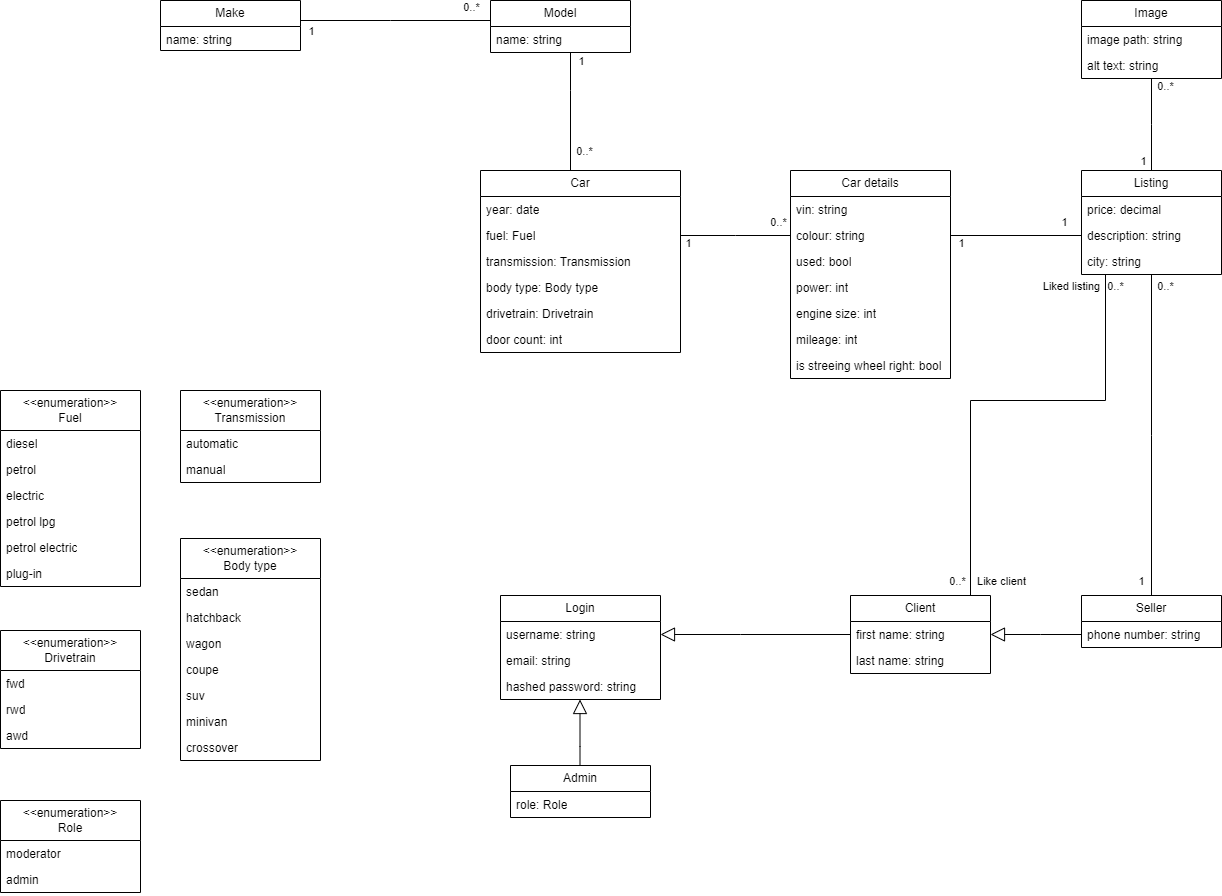
The draw.io diagram docs/diagrams/entity-relationship-diagram.drawio.png in taurasbear/automotive-marketplace, before a commit. Source tidied: cells renumbered, new cells last; positions are measured from the earlier drawing's top-left corner, leaving out a move shared by most shapes.
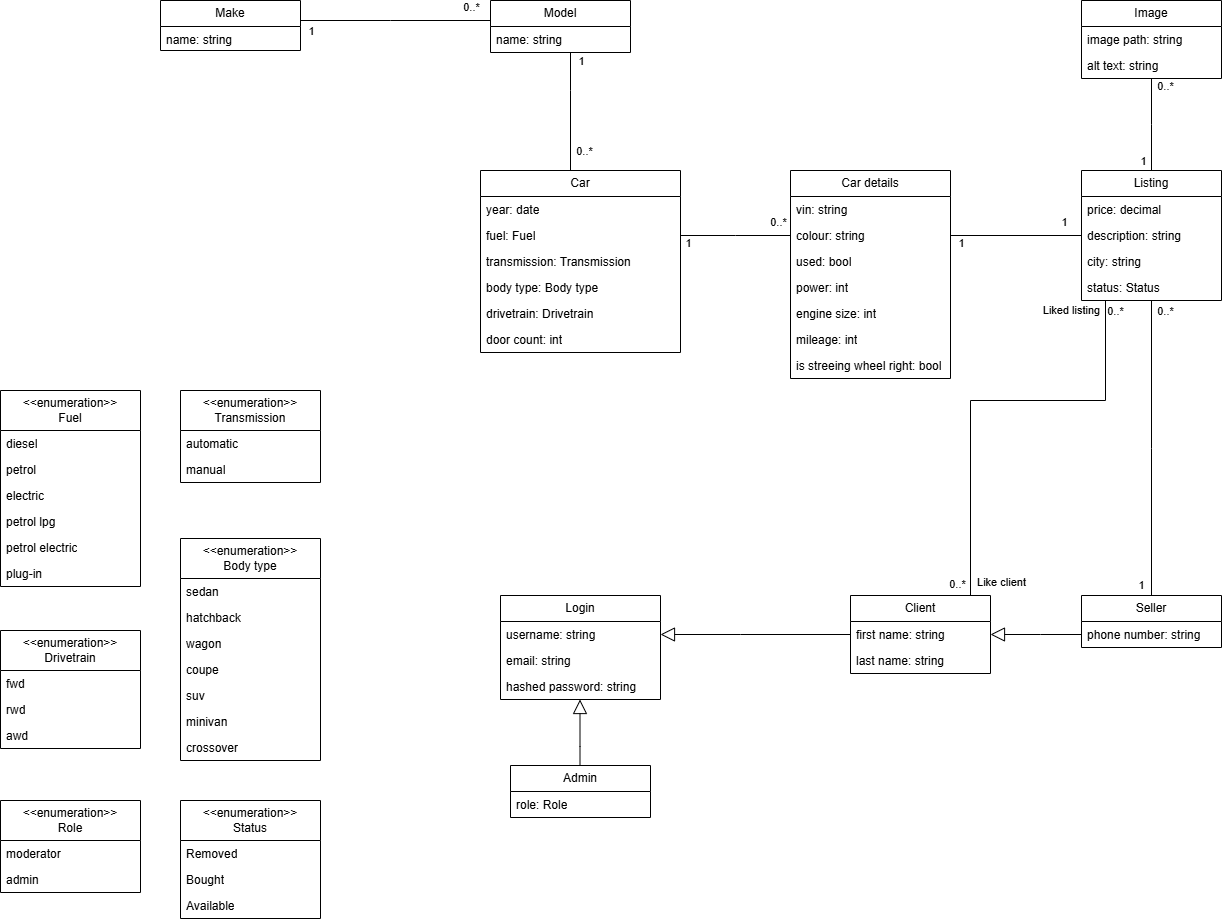
After the commit.

Commit message:
Updated ER diagram to include status enum

Change to the diagram source:
```diff
@@ -117,7 +117,7 @@
       <mxGeometry y="182" width="160" height="26" as="geometry" />
     </mxCell>
     <mxCell id="34" value="Listing" style="swimlane;fontStyle=0;horizontal=1;startSize=26;fillColor=none;whiteSpace=wrap;html=1;" parent="1" vertex="1">
-      <mxGeometry x="1081" y="170" width="140" height="104" as="geometry" />
+      <mxGeometry x="1081" y="170" width="140" height="130" as="geometry" />
     </mxCell>
     <mxCell id="35" value="price: decimal" style="text;strokeColor=none;fillColor=none;align=left;verticalAlign=top;spacingLeft=4;spacingRight=4;overflow=hidden;whiteSpace=wrap;html=1;" parent="34" vertex="1">
       <mxGeometry y="26" width="140" height="26" as="geometry" />
@@ -128,6 +128,9 @@
     <mxCell id="37" value="city: string" style="text;strokeColor=none;fillColor=none;align=left;verticalAlign=top;spacingLeft=4;spacingRight=4;overflow=hidden;whiteSpace=wrap;html=1;" parent="34" vertex="1">
       <mxGeometry y="78" width="140" height="26" as="geometry" />
     </mxCell>
+    <mxCell id="90" value="status: Status" style="text;strokeColor=none;fillColor=none;align=left;verticalAlign=top;spacingLeft=4;spacingRight=4;overflow=hidden;whiteSpace=wrap;html=1;" parent="34" vertex="1">
+      <mxGeometry y="104" width="140" height="26" as="geometry" />
+    </mxCell>
     <mxCell id="38" style="endArrow=none;html=1;rounded=0;exitX=1;exitY=0.5;exitDx=0;exitDy=0;entryX=0;entryY=0.5;entryDx=0;entryDy=0;strokeColor=default;edgeStyle=elbowEdgeStyle;elbow=vertical;" parent="1" edge="1" source="8" target="28">
       <mxGeometry relative="1" as="geometry" />
     </mxCell>
@@ -201,7 +204,7 @@
     </mxCell>
     <mxCell id="56" value="0..*" style="edgeLabel;html=1;align=center;verticalAlign=middle;" parent="55" vertex="1">
       <mxGeometry x="0.53" relative="1" as="geometry">
-        <mxPoint x="13" y="-64" as="offset" />
+        <mxPoint x="13" y="-59" as="offset" />
       </mxGeometry>
     </mxCell>
     <mxCell id="57" value="1" style="edgeLabel;html=1;align=center;verticalAlign=middle;" parent="55" vertex="1">
@@ -235,7 +238,7 @@
     </mxCell>
     <mxCell id="62" value="0..*" style="edgeLabel;html=1;align=center;verticalAlign=middle;" parent="61" vertex="1">
       <mxGeometry x="0.53" relative="1" as="geometry">
-        <mxPoint x="9" y="-95" as="offset" />
+        <mxPoint x="9" y="-90" as="offset" />
       </mxGeometry>
     </mxCell>
     <mxCell id="63" value="0..*" style="edgeLabel;html=1;align=center;verticalAlign=middle;" parent="61" vertex="1">
@@ -329,5 +332,17 @@
     <mxCell id="89" value="admin" style="text;strokeColor=none;fillColor=none;align=left;verticalAlign=top;spacingLeft=4;spacingRight=4;overflow=hidden;whiteSpace=wrap;html=1;" parent="87" vertex="1">
       <mxGeometry y="66" width="140" height="26" as="geometry" />
     </mxCell>
+    <mxCell id="91" value="&lt;div&gt;&amp;lt;&amp;lt;enumeration&amp;gt;&amp;gt;&lt;/div&gt;Status" style="swimlane;fontStyle=0;horizontal=1;startSize=40;fillColor=none;whiteSpace=wrap;html=1;" parent="1" vertex="1">
+      <mxGeometry x="180" y="800" width="140" height="118" as="geometry" />
+    </mxCell>
+    <mxCell id="92" value="Removed" style="text;strokeColor=none;fillColor=none;align=left;verticalAlign=top;spacingLeft=4;spacingRight=4;overflow=hidden;whiteSpace=wrap;html=1;" parent="91" vertex="1">
+      <mxGeometry y="40" width="140" height="26" as="geometry" />
+    </mxCell>
+    <mxCell id="93" value="Bought" style="text;strokeColor=none;fillColor=none;align=left;verticalAlign=top;spacingLeft=4;spacingRight=4;overflow=hidden;whiteSpace=wrap;html=1;" parent="91" vertex="1">
+      <mxGeometry y="66" width="140" height="26" as="geometry" />
+    </mxCell>
+    <mxCell id="94" value="Available" style="text;strokeColor=none;fillColor=none;align=left;verticalAlign=top;spacingLeft=4;spacingRight=4;overflow=hidden;whiteSpace=wrap;html=1;" parent="91" vertex="1">
+      <mxGeometry y="92" width="140" height="26" as="geometry" />
+    </mxCell>
   </root>
 </mxGraphModel>
```
